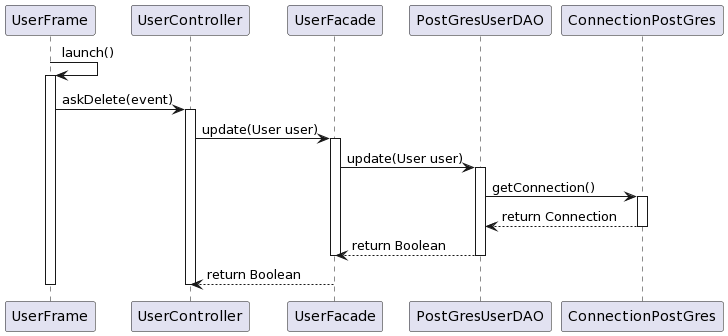
Earlier version of the PlantUML export diagrammes/User/sequence-askDelete.png (thmsfnr/Simplify). Its source is kept beside it as diagrammes/User/sequence-askDelete.plantuml. The source it was exported from:
```plantuml
@startuml askDelete

UserFrame -> UserFrame : launch()
activate UserFrame

UserFrame -> UserController: askDelete(event)
activate UserController

UserController -> UserFacade: update(User user)
activate UserFacade

UserFacade -> PostGresUserDAO : update(User user)
activate PostGresUserDAO

PostGresUserDAO -> ConnectionPostGres : getConnection()
activate ConnectionPostGres
ConnectionPostGres --> PostGresUserDAO : return Connection
deactivate ConnectionPostGres
PostGresUserDAO --> UserFacade : return Boolean
deactivate PostGresUserDAO
deactivate UserFacade

UserFacade --> UserController : return Boolean
deactivate UserController
deactivate UserFrame

@enduml
```
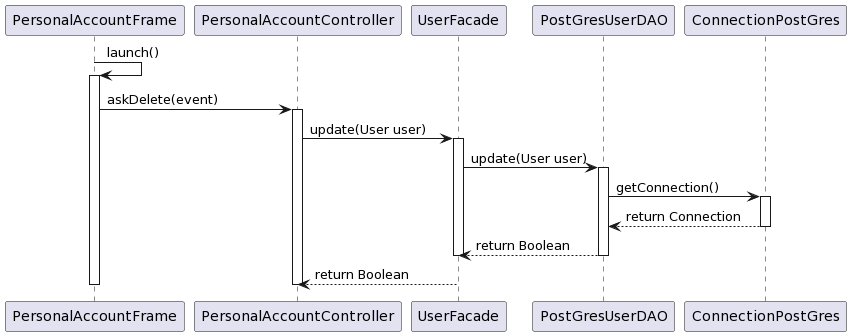
After the change.

What changed in the source:
```diff
@@ -1,12 +1,12 @@
 @startuml askDelete
 
-UserFrame -> UserFrame : launch()
-activate UserFrame
+PersonalAccountFrame -> PersonalAccountFrame : launch()
+activate PersonalAccountFrame
 
-UserFrame -> UserController: askDelete(event)
-activate UserController
+PersonalAccountFrame -> PersonalAccountController: askDelete(event)
+activate PersonalAccountController
 
-UserController -> UserFacade: update(User user)
+PersonalAccountController -> UserFacade: update(User user)
 activate UserFacade
 
 UserFacade -> PostGresUserDAO : update(User user)
@@ -20,8 +20,8 @@
 deactivate PostGresUserDAO
 deactivate UserFacade
 
-UserFacade --> UserController : return Boolean
-deactivate UserController
-deactivate UserFrame
+UserFacade --> PersonalAccountController : return Boolean
+deactivate PersonalAccountController
+deactivate PersonalAccountFrame
 
 @enduml
```
